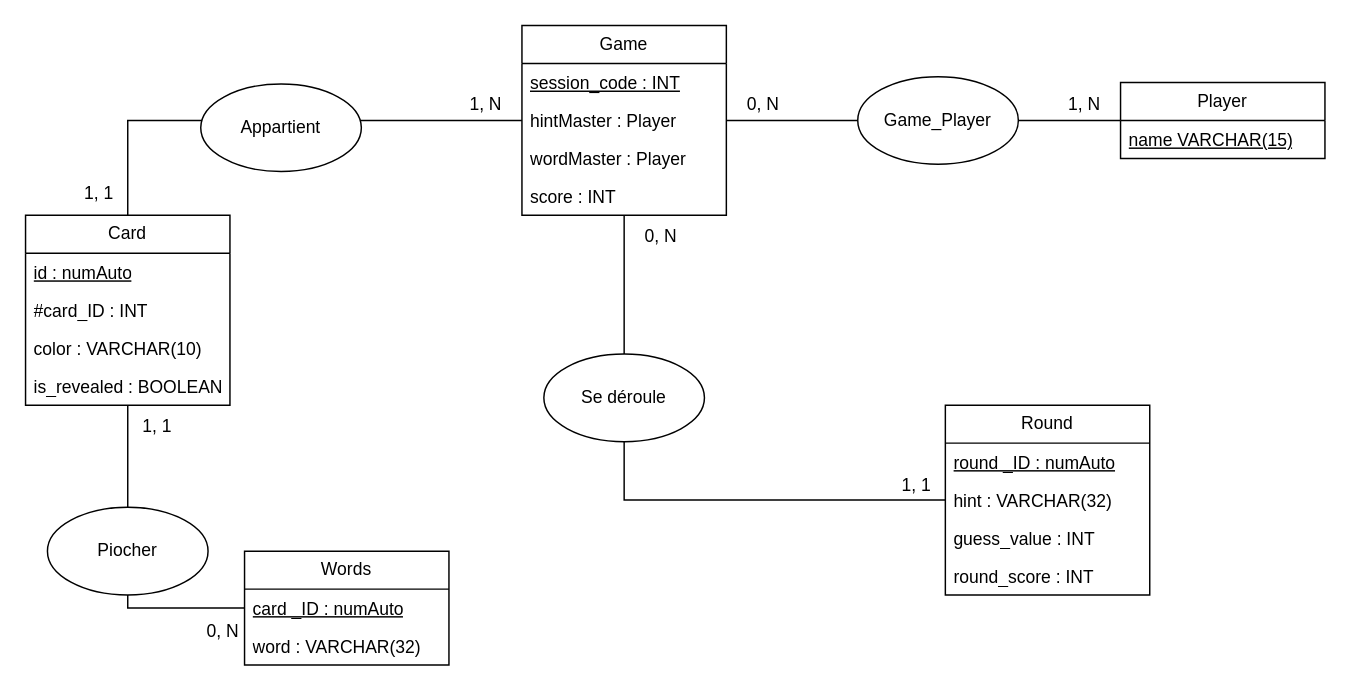
Above: DiagrammePolynames.drawio in Pumchh/PolyNames (draw.io), before the change. Source tidied: cells renumbered, new cells numbered last; positions are measured from the earlier drawing's top-left corner, leaving out a move shared by most shapes. Both pictures are drawn from the tidied source at 146%, with x=0, y=0 at pixel (25, 25).
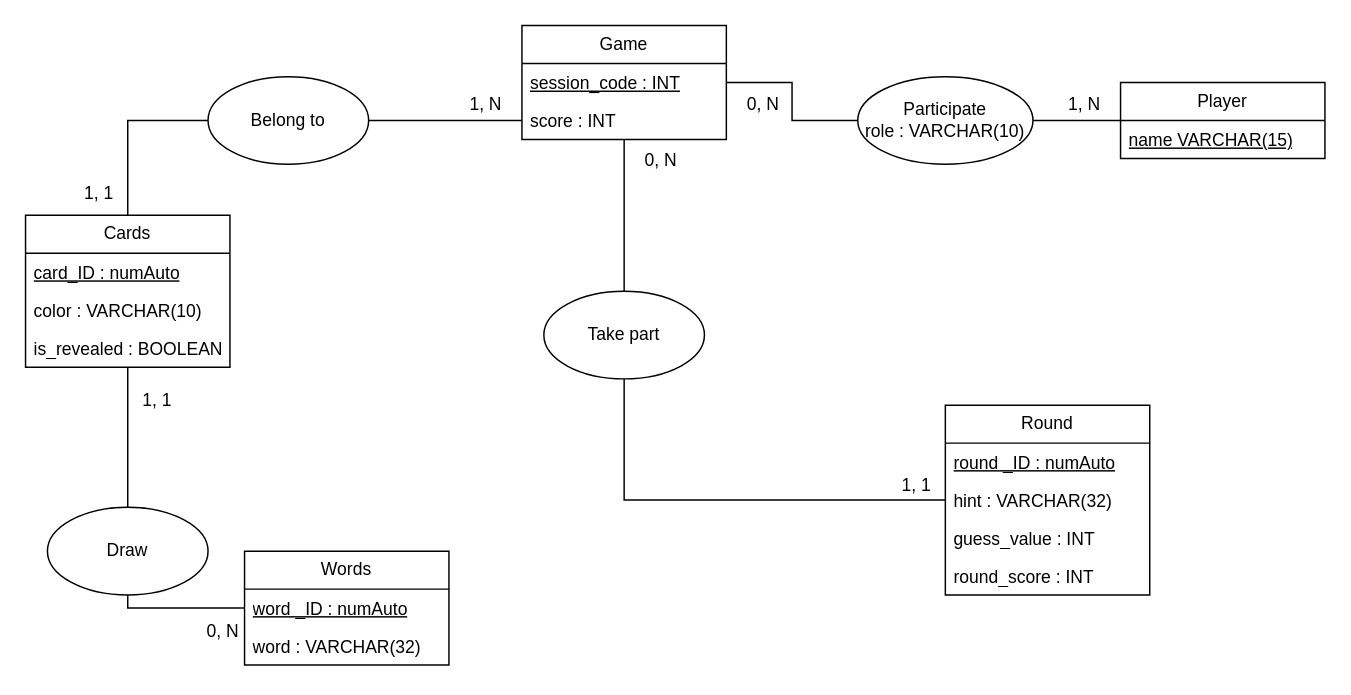
The same diagram, later.

Commit message:
Mettre à jour DiagrammePolynames.drawio

Unchanged cells that the change refers to:
```xml
<mxCell id="17" value="&lt;span style=&quot;background-color: initial;&quot;&gt;Words&lt;/span&gt;" style="swimlane;fontStyle=0;horizontal=1;startSize=26;fillColor=none;whiteSpace=wrap;html=1;" parent="1" vertex="1">
  <mxGeometry x="150" y="360" width="140" height="78" as="geometry" />
</mxCell>
<mxCell id="21" value="&lt;span style=&quot;background-color: initial;&quot;&gt;Round&lt;/span&gt;" style="swimlane;fontStyle=0;horizontal=1;startSize=26;fillColor=none;whiteSpace=wrap;html=1;" parent="1" vertex="1">
  <mxGeometry x="630" y="260" width="140" height="130" as="geometry" />
</mxCell>
```

What changed in the source:
```diff
@@
     <mxCell id="3" value="Game" style="swimlane;fontStyle=0;horizontal=1;startSize=26;fillColor=none;whiteSpace=wrap;html=1;" parent="1" vertex="1">
-      <mxGeometry x="340" width="140" height="130" as="geometry" />
+      <mxGeometry x="340" width="140" height="78" as="geometry" />
     </mxCell>
@@
-    <mxCell id="5" value="hintMaster : Player" style="text;strokeColor=none;fillColor=none;align=left;verticalAlign=top;spacingLeft=4;spacingRight=4;overflow=hidden;whiteSpace=wrap;html=1;" parent="3" vertex="1">
-      <mxGeometry y="52" width="140" height="26" as="geometry" />
-    </mxCell>
-    <mxCell id="6" value="wordMaster : Player" style="text;strokeColor=none;fillColor=none;align=left;verticalAlign=top;spacingLeft=4;spacingRight=4;overflow=hidden;whiteSpace=wrap;html=1;" parent="3" vertex="1">
-      <mxGeometry y="78" width="140" height="26" as="geometry" />
-    </mxCell>
     <mxCell id="7" value="score : INT" style="text;strokeColor=none;fillColor=none;align=left;verticalAlign=top;spacingLeft=4;spacingRight=4;overflow=hidden;whiteSpace=wrap;html=1;" parent="3" vertex="1">
-      <mxGeometry y="104" width="140" height="26" as="geometry" />
+      <mxGeometry y="52" width="140" height="26" as="geometry" />
     </mxCell>
@@
-    <mxCell id="11" value="Card" style="swimlane;fontStyle=0;horizontal=1;startSize=26;fillColor=none;whiteSpace=wrap;html=1;" parent="1" vertex="1">
-      <mxGeometry y="130" width="140" height="130" as="geometry" />
+    <mxCell id="11" value="Cards" style="swimlane;fontStyle=0;horizontal=1;startSize=26;fillColor=none;whiteSpace=wrap;html=1;" parent="1" vertex="1">
+      <mxGeometry y="130" width="140" height="104" as="geometry" />
     </mxCell>
-    <mxCell id="12" value="&lt;u&gt;id : numAuto&lt;/u&gt;" style="text;strokeColor=none;fillColor=none;align=left;verticalAlign=top;spacingLeft=4;spacingRight=4;overflow=hidden;whiteSpace=wrap;html=1;" parent="11" vertex="1">
+    <mxCell id="12" value="&lt;u&gt;card_ID : numAuto&lt;/u&gt;" style="text;strokeColor=none;fillColor=none;align=left;verticalAlign=top;spacingLeft=4;spacingRight=4;overflow=hidden;whiteSpace=wrap;html=1;" parent="11" vertex="1">
       <mxGeometry y="26" width="140" height="26" as="geometry" />
     </mxCell>
-    <mxCell id="13" value="#card_ID : INT" style="text;strokeColor=none;fillColor=none;align=left;verticalAlign=top;spacingLeft=4;spacingRight=4;overflow=hidden;whiteSpace=wrap;html=1;" parent="11" vertex="1">
-      <mxGeometry y="52" width="140" height="26" as="geometry" />
-    </mxCell>
     <mxCell id="14" value="color : VARCHAR(10)" style="text;strokeColor=none;fillColor=none;align=left;verticalAlign=top;spacingLeft=4;spacingRight=4;overflow=hidden;whiteSpace=wrap;html=1;" parent="11" vertex="1">
-      <mxGeometry y="78" width="140" height="26" as="geometry" />
+      <mxGeometry y="52" width="140" height="26" as="geometry" />
     </mxCell>
     <mxCell id="15" value="is_revealed : BOOLEAN" style="text;strokeColor=none;fillColor=none;align=left;verticalAlign=top;spacingLeft=4;spacingRight=4;overflow=hidden;whiteSpace=wrap;html=1;" parent="11" vertex="1">
-      <mxGeometry y="104" width="140" height="26" as="geometry" />
+      <mxGeometry y="78" width="140" height="26" as="geometry" />
     </mxCell>
@@
-    <mxCell id="18" value="&lt;u&gt;card _ID : numAuto&lt;/u&gt;" style="text;strokeColor=none;fillColor=none;align=left;verticalAlign=top;spacingLeft=4;spacingRight=4;overflow=hidden;whiteSpace=wrap;html=1;" parent="17" vertex="1">
+    <mxCell id="18" value="&lt;u&gt;word _ID : numAuto&lt;/u&gt;" style="text;strokeColor=none;fillColor=none;align=left;verticalAlign=top;spacingLeft=4;spacingRight=4;overflow=hidden;whiteSpace=wrap;html=1;" parent="17" vertex="1">
       <mxGeometry y="26" width="140" height="26" as="geometry" />
     </mxCell>
@@
-    <mxCell id="20" style="edgeStyle=orthogonalEdgeStyle;rounded=0;jettySize=auto;html=1;endArrow=none;endFill=0;" parent="1" edge="1" source="21" target="3">
+    <mxCell id="20" style="edgeStyle=orthogonalEdgeStyle;rounded=0;jettySize=auto;html=1;endArrow=none;endFill=0;" parent="1" edge="1" source="36" target="3">
       <mxGeometry relative="1" as="geometry" />
     </mxCell>
@@
     <mxCell id="29" value="1, 1" style="text;html=1;align=center;verticalAlign=middle;strokeColor=none;fillColor=none;" parent="1" vertex="1">
-      <mxGeometry x="70" y="260" width="40" height="30" as="geometry" />
+      <mxGeometry x="70" y="242" width="40" height="30" as="geometry" />
     </mxCell>
@@
     <mxCell id="31" value="0, N" style="text;html=1;align=center;verticalAlign=middle;strokeColor=none;fillColor=none;" parent="1" vertex="1">
-      <mxGeometry x="410" y="130" width="50" height="30" as="geometry" />
+      <mxGeometry x="410" y="78" width="50" height="30" as="geometry" />
     </mxCell>
@@
-    <mxCell id="34" value="Appartient" style="ellipse;whiteSpace=wrap;html=1;" parent="1" vertex="1">
-      <mxGeometry x="120" y="40" width="110" height="60" as="geometry" />
+    <mxCell id="34" value="Belong to" style="ellipse;whiteSpace=wrap;html=1;" parent="1" vertex="1">
+      <mxGeometry x="125" y="35" width="110" height="60" as="geometry" />
     </mxCell>
-    <mxCell id="35" value="Piocher" style="ellipse;whiteSpace=wrap;html=1;" parent="1" vertex="1">
+    <mxCell id="35" value="Draw" style="ellipse;whiteSpace=wrap;html=1;" parent="1" vertex="1">
       <mxGeometry x="15" y="330" width="110" height="60" as="geometry" />
     </mxCell>
-    <mxCell id="36" value="Se déroule" style="ellipse;whiteSpace=wrap;html=1;" parent="1" vertex="1">
-      <mxGeometry x="355" y="225" width="110" height="60" as="geometry" />
-    </mxCell>
@@
-    <mxCell id="38" value="Game_Player" style="ellipse;whiteSpace=wrap;html=1;" parent="1" vertex="1">
-      <mxGeometry x="570" y="35" width="110" height="60" as="geometry" />
+    <mxCell id="38" value="&lt;div&gt;Participate&lt;/div&gt;&lt;div&gt;role : VARCHAR(10)&lt;/div&gt;" style="ellipse;whiteSpace=wrap;html=1;" parent="1" vertex="1">
+      <mxGeometry x="570" y="35" width="120" height="60" as="geometry" />
     </mxCell>
+    <mxCell id="39" style="edgeStyle=orthogonalEdgeStyle;rounded=0;jettySize=auto;html=1;endArrow=none;endFill=0;" parent="1" edge="1" source="21" target="36">
+      <mxGeometry relative="1" as="geometry" />
+    </mxCell>
+    <mxCell id="36" value="Take part" style="ellipse;whiteSpace=wrap;html=1;" parent="1" vertex="1">
+      <mxGeometry x="355" y="182" width="110" height="60" as="geometry" />
+    </mxCell>
```
